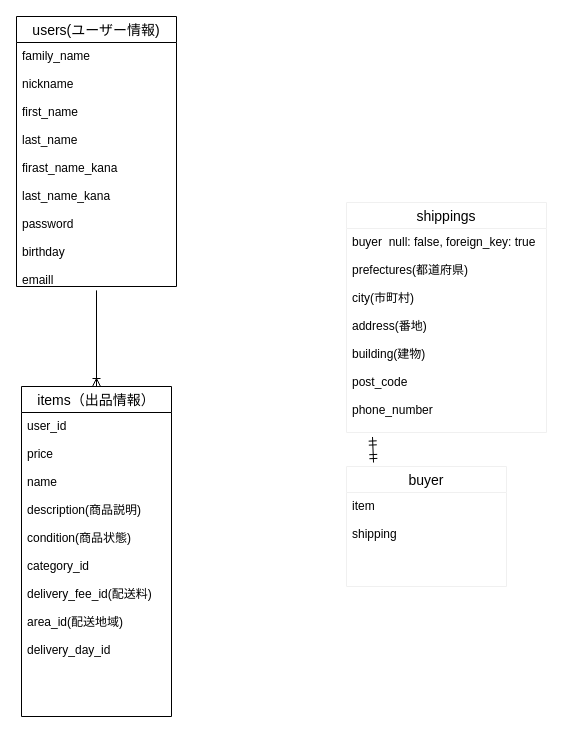
The draw.io diagram test.dio in cheap95/furima-34842, before the edit. Source tidied: cells renumbered, new cells numbered last; positions are measured from the earlier drawing's top-left corner, leaving out a move shared by most shapes. Both pictures are drawn from the tidied source at 100%, with x=0, y=0 at pixel (16, 16).
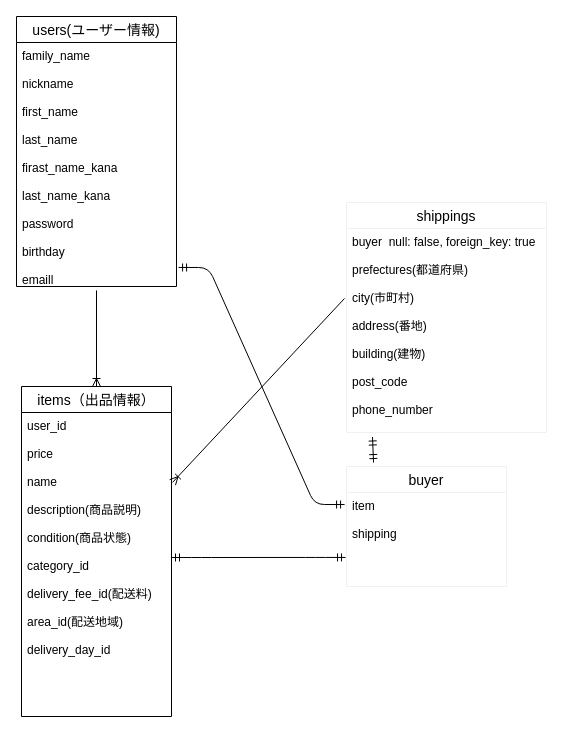
Above is the later version.

Change to the diagram source:
```diff
@@
 <mxGraphModel>
   <root>
     <mxCell id="0" />
     <mxCell id="1" parent="0" />
     <mxCell id="2" value="items（出品情報）" style="swimlane;fontStyle=0;horizontal=1;startSize=26;align=center;fontSize=14;" parent="1" vertex="1">
       <mxGeometry x="5" y="370" width="150" height="330" as="geometry" />
     </mxCell>
     <mxCell id="3" value="user_id&#10;&#10;price&#10;&#10;name&#10;&#10;description(商品説明)&#10;&#10;condition(商品状態)&#10;&#10;category_id&#10;&#10;delivery_fee_id(配送料)&#10;&#10;area_id(配送地域)&#10;&#10;delivery_day_id" style="text;strokeColor=none;fillColor=none;spacingLeft=4;spacingRight=4;overflow=hidden;points=[[0,0.5],[1,0.5]];portConstraint=eastwest;fontSize=12;" parent="2" vertex="1">
       <mxGeometry y="26" width="150" height="304" as="geometry" />
     </mxCell>
     <mxCell id="4" value="shippings" style="swimlane;fontStyle=0;horizontal=1;startSize=26;align=center;fontSize=14;strokeColor=#f0f0f0;strokeWidth=1;" parent="1" vertex="1">
       <mxGeometry x="330" y="186" width="200" height="230" as="geometry" />
     </mxCell>
     <mxCell id="5" value="buyer  null: false, foreign_key: true&#10;&#10;prefectures(都道府県)&#10;&#10;city(市町村)&#10;&#10;address(番地)&#10;&#10;building(建物)&#10;&#10;post_code&#10;&#10;phone_number&#10;&#10;" style="text;strokeColor=none;fillColor=none;spacingLeft=4;spacingRight=4;overflow=hidden;points=[[0,0.5],[1,0.5]];portConstraint=eastwest;fontSize=12;" parent="4" vertex="1">
       <mxGeometry y="26" width="200" height="204" as="geometry" />
     </mxCell>
     <mxCell id="6" value="users(ユーザー情報)" style="swimlane;fontStyle=0;horizontal=1;startSize=26;align=center;fontSize=14;" parent="1" vertex="1">
       <mxGeometry width="160" height="270" as="geometry" />
     </mxCell>
     <mxCell id="7" value="family_name&#10;&#10;nickname&#10;&#10;first_name&#10;&#10;last_name&#10;&#10;firast_name_kana&#10;&#10;last_name_kana&#10;&#10;password&#10;&#10;birthday&#10;&#10;emaill&#10;&#10;" style="text;strokeColor=none;fillColor=none;spacingLeft=4;spacingRight=4;overflow=hidden;points=[[0,0.5],[1,0.5]];portConstraint=eastwest;fontSize=12;" parent="6" vertex="1">
       <mxGeometry y="26" width="160" height="244" as="geometry" />
     </mxCell>
     <mxCell id="8" value="buyer" style="swimlane;fontStyle=0;horizontal=1;startSize=26;align=center;fontSize=14;strokeColor=#f0f0f0;strokeWidth=1;" parent="1" vertex="1">
       <mxGeometry x="330" y="450" width="160" height="120" as="geometry" />
     </mxCell>
     <mxCell id="9" value="item&#10;&#10;shipping" style="text;strokeColor=none;fillColor=none;spacingLeft=4;spacingRight=4;overflow=hidden;points=[[0,0.5],[1,0.5]];portConstraint=eastwest;fontSize=12;" parent="8" vertex="1">
       <mxGeometry y="26" width="160" height="94" as="geometry" />
     </mxCell>
     <mxCell id="10" style="fontSize=12;html=1;endArrow=ERmandOne;startArrow=ERmandOne;entryX=0.13;entryY=1.022;entryDx=0;entryDy=0;entryPerimeter=0;exitX=0.169;exitY=-0.033;exitDx=0;exitDy=0;exitPerimeter=0;" parent="1" edge="1" source="8" target="5">
       <mxGeometry relative="1" as="geometry" />
     </mxCell>
     <mxCell id="11" style="fontSize=12;html=1;endArrow=ERoneToMany;entryX=0.5;entryY=0;entryDx=0;entryDy=0;exitX=0.5;exitY=1.016;exitDx=0;exitDy=0;exitPerimeter=0;" parent="1" edge="1" source="7" target="2">
       <mxGeometry relative="1" as="geometry" />
     </mxCell>
+    <mxCell id="12" style="fontSize=12;html=1;endArrow=ERoneToMany;entryX=1.007;entryY=0.23;entryDx=0;entryDy=0;entryPerimeter=0;exitX=-0.01;exitY=0.343;exitDx=0;exitDy=0;exitPerimeter=0;" parent="1" edge="1" source="5" target="3">
+      <mxGeometry relative="1" as="geometry" />
+    </mxCell>
+    <mxCell id="13" style="edgeStyle=entityRelationEdgeStyle;fontSize=12;html=1;endArrow=ERmandOne;startArrow=ERmandOne;entryX=-0.006;entryY=0.691;entryDx=0;entryDy=0;entryPerimeter=0;exitX=1;exitY=0.477;exitDx=0;exitDy=0;exitPerimeter=0;" parent="1" edge="1" source="3" target="9">
+      <mxGeometry relative="1" as="geometry" />
+    </mxCell>
+    <mxCell id="14" style="edgeStyle=entityRelationEdgeStyle;fontSize=12;html=1;endArrow=ERmandOne;startArrow=ERmandOne;entryX=-0.012;entryY=0.128;entryDx=0;entryDy=0;entryPerimeter=0;exitX=1.013;exitY=0.922;exitDx=0;exitDy=0;exitPerimeter=0;" parent="1" edge="1" source="7" target="9">
+      <mxGeometry relative="1" as="geometry" />
+    </mxCell>
   </root>
 </mxGraphModel>
```
